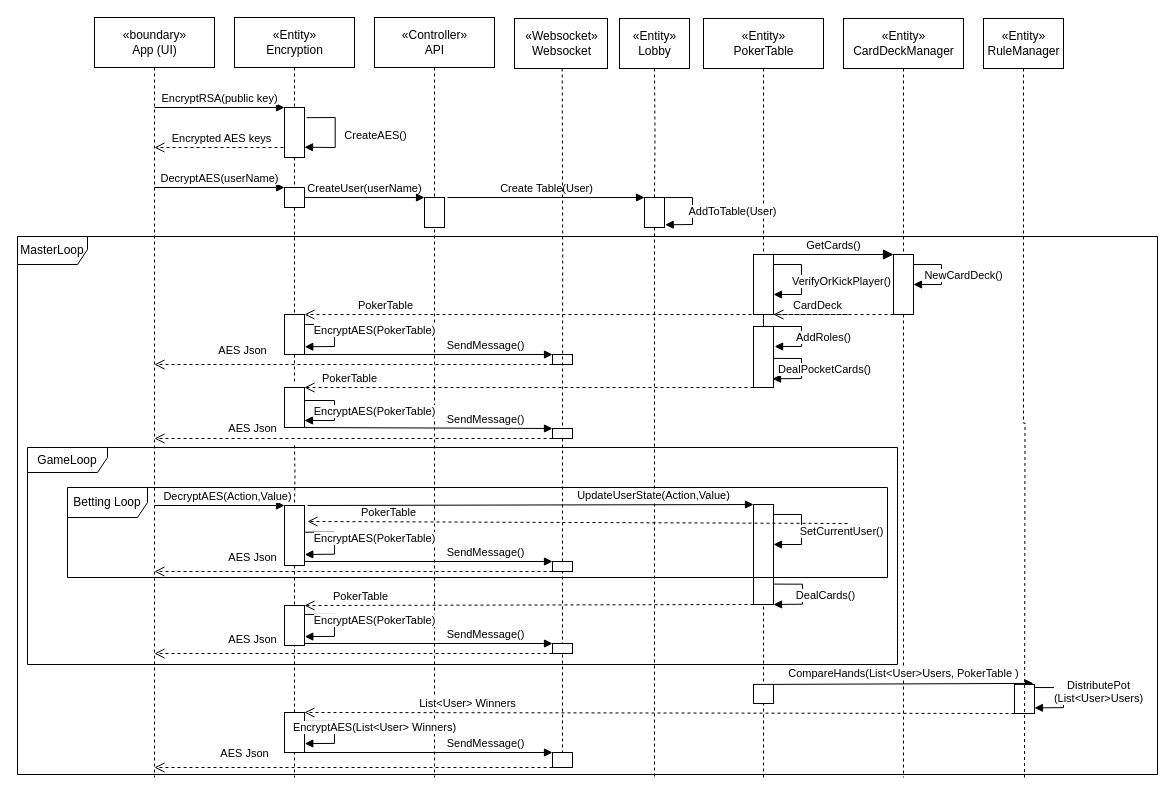
Above: Dokumentation/Sekvensdiagram.drawio in AndreasBollNielsen/PinkLadiesPoker_GameEngine (draw.io), before the change. Source tidied: cells renumbered, new cells numbered last; positions are measured from the earlier drawing's top-left corner, leaving out a move shared by most shapes. Both pictures are drawn from the tidied source at 100%, with x=0, y=0 at pixel (17, 17).
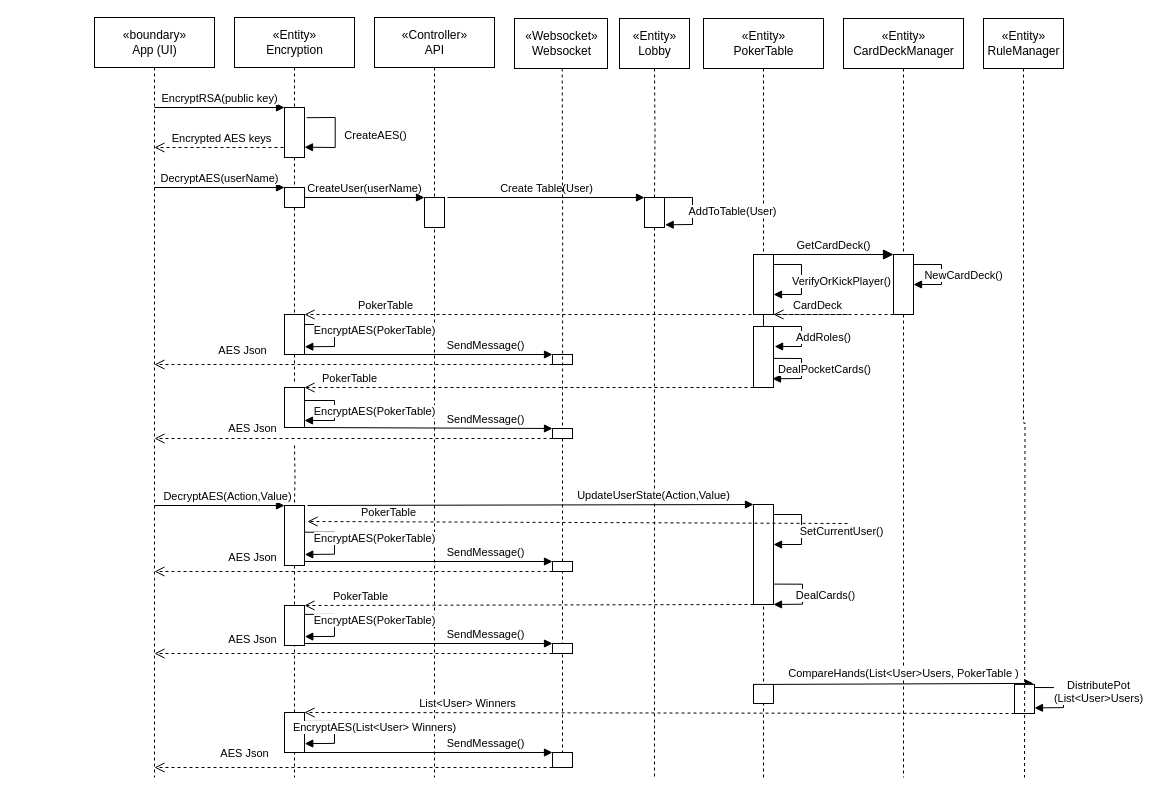
The same diagram, later.

Unchanged cells that the change refers to:
```xml
<mxCell id="24" style="rounded=0;whiteSpace=wrap;html=1;" parent="1" vertex="1">
  <mxGeometry x="876" y="237" width="20" height="60" as="geometry" />
</mxCell>
<mxCell id="34" style="rounded=0;whiteSpace=wrap;html=1;" parent="1" vertex="1">
  <mxGeometry x="736" y="237" width="20" height="60" as="geometry" />
</mxCell>
```

What changed in the source:
```diff
@@
-    <mxCell id="27" value="GetCards()" style="html=1;verticalAlign=bottom;endArrow=block;endSize=8;align=center;endFill=1;exitX=1;exitY=0;exitDx=0;exitDy=0;entryX=0;entryY=0;entryDx=0;entryDy=0;" parent="1" edge="1" source="34" target="24">
+    <mxCell id="27" value="GetCardDeck()" style="html=1;verticalAlign=bottom;endArrow=block;endSize=8;align=center;endFill=1;exitX=1;exitY=0;exitDx=0;exitDy=0;entryX=0;entryY=0;entryDx=0;entryDy=0;" parent="1" edge="1" source="34" target="24">
       <mxGeometry relative="1" as="geometry" />
     </mxCell>
@@
-    <mxCell id="87" parent="0" />
-    <mxCell id="88" value="Betting Loop" style="shape=umlFrame;whiteSpace=wrap;html=1;width=80;height=30;" parent="87" vertex="1">
-      <mxGeometry x="50" y="470" width="820" height="90" as="geometry" />
-    </mxCell>
-    <mxCell id="89" parent="0" />
-    <mxCell id="90" value="GameLoop" style="shape=umlFrame;whiteSpace=wrap;html=1;width=80;height=25;" parent="89" vertex="1">
-      <mxGeometry x="10" y="430" width="870" height="217" as="geometry" />
-    </mxCell>
-    <mxCell id="91" parent="0" />
-    <mxCell id="92" value="MasterLoop" style="shape=umlFrame;whiteSpace=wrap;html=1;width=70;height=28;" parent="91" vertex="1">
-      <mxGeometry y="219" width="1140" height="538" as="geometry" />
-    </mxCell>
```
